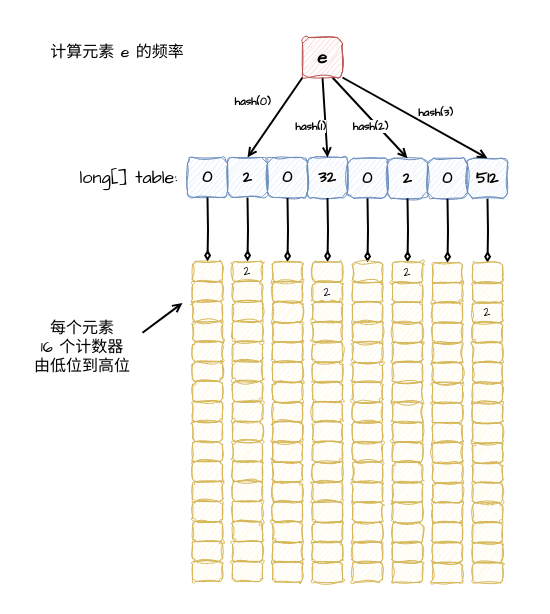
FangYuan33/how-much-do-you-know-about-cache keeps this draw.io diagram as src/main/resources/coffeine/frequencySketch.drawio. Above is the earlier version. Source tidied: cells renumbered, new cells numbered last; positions are measured from the earlier drawing's top-left corner, leaving out a move shared by most shapes. Both pictures are drawn from the tidied source at 100%, with x=0, y=0 at pixel (22, 17).
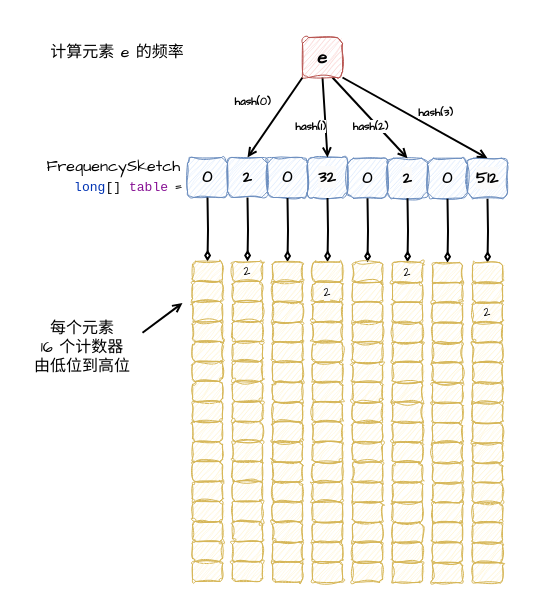
Above is the later version.

Diff of the diagram source:
```diff
@@
-    <mxCell id="147" value="&lt;font face=&quot;Comic Sans MS&quot;&gt;&lt;span style=&quot;font-size: 18px;&quot;&gt;long[] table:&amp;nbsp;&lt;/span&gt;&lt;/font&gt;" style="text;html=1;strokeColor=none;fillColor=none;align=center;verticalAlign=middle;whiteSpace=wrap;rounded=0;fontFamily=Helvetica;fontSize=11;fontColor=default;labelBackgroundColor=default;" parent="1" vertex="1">
-      <mxGeometry x="50" y="145" width="120" height="30" as="geometry" />
-    </mxCell>
@@
+    <mxCell id="160" value="&lt;font face=&quot;Comic Sans MS&quot; style=&quot;font-size: 16px;&quot;&gt;FrequencySketch&amp;nbsp;&lt;/font&gt;&lt;div&gt;&lt;span style=&quot;font-family: &amp;quot;JetBrains Mono&amp;quot;, monospace; font-size: 9.8pt; background-color: rgb(255, 255, 255); color: rgb(0, 51, 179);&quot;&gt;&amp;nbsp; &amp;nbsp;long&lt;/span&gt;&lt;span style=&quot;font-family: &amp;quot;JetBrains Mono&amp;quot;, monospace; font-size: 9.8pt; background-color: rgb(255, 255, 255); color: rgb(8, 8, 8);&quot;&gt;[] &lt;/span&gt;&lt;span style=&quot;font-family: &amp;quot;JetBrains Mono&amp;quot;, monospace; font-size: 9.8pt; background-color: rgb(255, 255, 255); color: rgb(135, 16, 148);&quot;&gt;table&lt;/span&gt;&lt;span style=&quot;background-color: rgb(255, 255, 255); font-size: 16px;&quot;&gt;&lt;font style=&quot;&quot; face=&quot;Comic Sans MS&quot;&gt;&lt;font color=&quot;#871094&quot;&gt;&amp;nbsp;&lt;/font&gt;=&lt;/font&gt;&lt;/span&gt;&lt;/div&gt;" style="text;html=1;strokeColor=none;fillColor=none;align=center;verticalAlign=middle;whiteSpace=wrap;rounded=0;" parent="1" vertex="1">
+      <mxGeometry x="-5.6" y="140" width="201.2" height="38.8" as="geometry" />
+    </mxCell>
```
